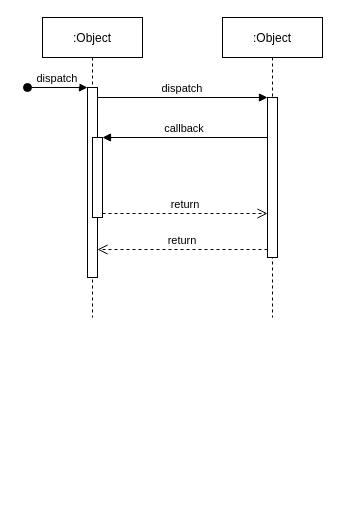
Above: 未命名绘图.drawio in JinYingHang/UML (draw.io), before the change. Source tidied: cells renumbered, new cells numbered last; positions are measured from the earlier drawing's top-left corner, leaving out a move shared by most shapes. Both pictures are drawn from the tidied source at 100%, with x=0, y=0 at pixel (27, 17).
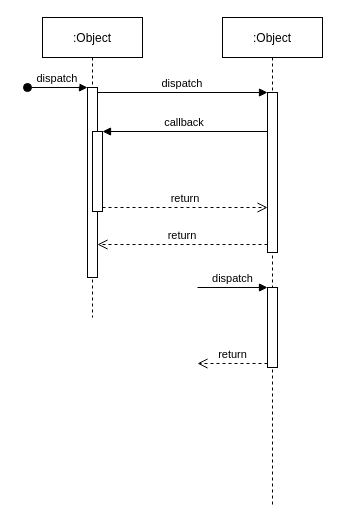
After the change.

Commit message (it also covers changes not shown here):
更新未命名绘图.drawio

What changed in the source:
```diff
@@
 <mxGraphModel>
   <root>
     <mxCell id="0" />
     <mxCell id="1" parent="0" />
     <mxCell id="2" value=":Object" style="shape=umlLifeline;perimeter=lifelinePerimeter;rounded=0;shadow=0;strokeWidth=1;" parent="1" vertex="1">
       <mxGeometry x="15" width="100" height="300" as="geometry" />
     </mxCell>
     <mxCell id="3" style="points=[];perimeter=orthogonalPerimeter;rounded=0;shadow=0;strokeWidth=1;" parent="2" vertex="1">
       <mxGeometry x="45" y="70" width="10" height="190" as="geometry" />
     </mxCell>
     <mxCell id="4" value="dispatch" style="verticalAlign=bottom;startArrow=oval;endArrow=block;startSize=8;shadow=0;strokeWidth=1;" parent="2" edge="1" target="3">
       <mxGeometry relative="1" as="geometry">
         <mxPoint x="-15" y="70" as="sourcePoint" />
       </mxGeometry>
     </mxCell>
     <mxCell id="5" style="points=[];perimeter=orthogonalPerimeter;rounded=0;shadow=0;strokeWidth=1;" parent="2" vertex="1">
-      <mxGeometry x="50" y="120" width="10" height="80" as="geometry" />
+      <mxGeometry x="50" y="114" width="10" height="80" as="geometry" />
     </mxCell>
     <mxCell id="6" value=":Object" style="shape=umlLifeline;perimeter=lifelinePerimeter;rounded=0;shadow=0;strokeWidth=1;" parent="1" vertex="1">
-      <mxGeometry x="195" width="100" height="300" as="geometry" />
+      <mxGeometry x="195" width="100" height="490" as="geometry" />
     </mxCell>
     <mxCell id="7" style="points=[];perimeter=orthogonalPerimeter;rounded=0;shadow=0;strokeWidth=1;" parent="6" vertex="1">
-      <mxGeometry x="45" y="80" width="10" height="160" as="geometry" />
+      <mxGeometry x="45" y="75" width="10" height="160" as="geometry" />
     </mxCell>
+    <mxCell id="12" style="html=1;points=[];perimeter=orthogonalPerimeter;" parent="6" vertex="1">
+      <mxGeometry x="45" y="270" width="10" height="80" as="geometry" />
+    </mxCell>
+    <mxCell id="13" value="dispatch" style="html=1;verticalAlign=bottom;endArrow=block;entryX=0;entryY=0;rounded=0;" parent="6" edge="1" target="12">
+      <mxGeometry relative="1" as="geometry">
+        <mxPoint x="-25" y="270" as="sourcePoint" />
+      </mxGeometry>
+    </mxCell>
+    <mxCell id="14" value="return" style="html=1;verticalAlign=bottom;endArrow=open;dashed=1;endSize=8;exitX=0;exitY=0.95;rounded=0;" parent="6" edge="1" source="12">
+      <mxGeometry relative="1" as="geometry">
+        <mxPoint x="-25" y="346" as="targetPoint" />
+      </mxGeometry>
+    </mxCell>
     <mxCell id="8" value="return" style="verticalAlign=bottom;endArrow=open;dashed=1;endSize=8;exitX=0;exitY=0.95;shadow=0;strokeWidth=1;" parent="1" edge="1" source="7" target="3">
       <mxGeometry relative="1" as="geometry" />
     </mxCell>
     <mxCell id="9" value="dispatch" style="verticalAlign=bottom;endArrow=block;entryX=0;entryY=0;shadow=0;strokeWidth=1;" parent="1" edge="1" source="3" target="7">
       <mxGeometry relative="1" as="geometry" />
     </mxCell>
     <mxCell id="10" value="callback" style="verticalAlign=bottom;endArrow=block;entryX=1;entryY=0;shadow=0;strokeWidth=1;" parent="1" edge="1" source="7" target="5">
       <mxGeometry relative="1" as="geometry" />
     </mxCell>
     <mxCell id="11" value="return" style="verticalAlign=bottom;endArrow=open;dashed=1;endSize=8;exitX=1;exitY=0.95;shadow=0;strokeWidth=1;" parent="1" edge="1" source="5" target="7">
       <mxGeometry relative="1" as="geometry" />
     </mxCell>
   </root>
 </mxGraphModel>
```
